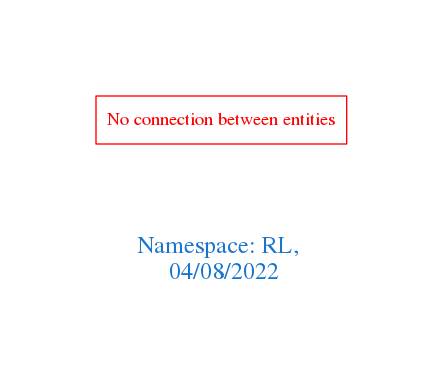
The Graphviz diagram downloads/RL.png in arago/OGIT, before a commit. Its source is kept beside it as downloads/RL.dot.
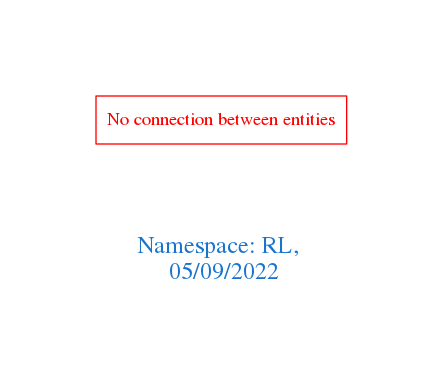
Later version of the same file.

What changed in the source:
```diff
@@ -1,7 +1,7 @@
 digraph OGIT_ontology {
  graph [ rankdir= LR,pad=1
 fontsize = 18,
-fontcolor= dodgerblue3,label = "\n\n\nNamespace: RL, \n 04/08/2022"];
+fontcolor= dodgerblue3,label = "\n\n\nNamespace: RL, \n 05/09/2022"];
 node[shape=polygon];
 edge [  color="gray81"];
 
```
